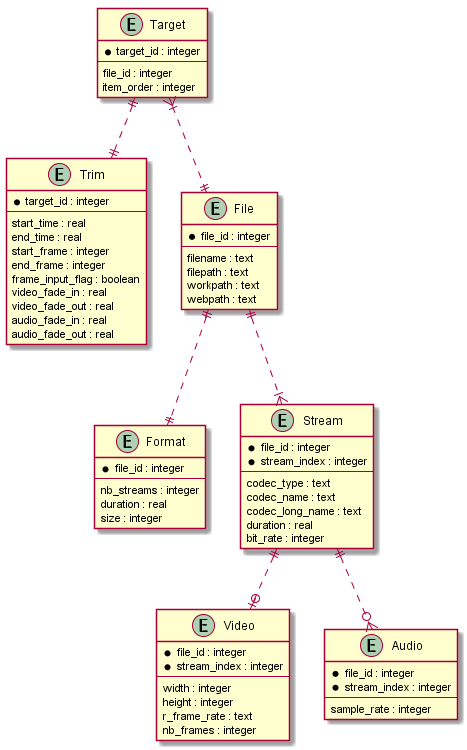
The PlantUML diagram doc/ER図_ffc_db.png in hirorich/FFCaller, before a commit. Its diagram source:
```plantuml
@startuml .\ER図_ffc_db.png

entity "Target" as target {
  *target_id : integer
  --
  file_id : integer
  item_order : integer
}

entity "Trim" as trim {
  *target_id : integer
  --
  start_time : real
  end_time : real
  start_frame : integer
  end_frame : integer
  frame_input_flag : boolean
  video_fade_in : real
  video_fade_out : real
  audio_fade_in : real
  audio_fade_out : real
}

entity "File" as file {
  *file_id : integer
  --
  filename : text
  filepath : text
  workpath : text
  webpath : text
}

entity "Format" as format {
  *file_id : integer
  --
  nb_streams : integer
  duration : real
  size : integer
}

entity "Stream" as stream {
  *file_id : integer
  *stream_index : integer
  --
  codec_type : text
  codec_name : text
  codec_long_name : text
  duration : real
  bit_rate : integer
}

entity "Video" as video {
  *file_id : integer
  *stream_index : integer
  --
  width : integer
  height : integer
  r_frame_rate : text
  nb_frames : integer
}

entity "Audio" as audio {
  *file_id : integer
  *stream_index : integer
  --
  sample_rate : integer
}

target ||..|| trim
target }|..|| file
file ||..|| format
file ||..|{ stream
stream ||..o| video
stream ||..o{ audio

@enduml
```
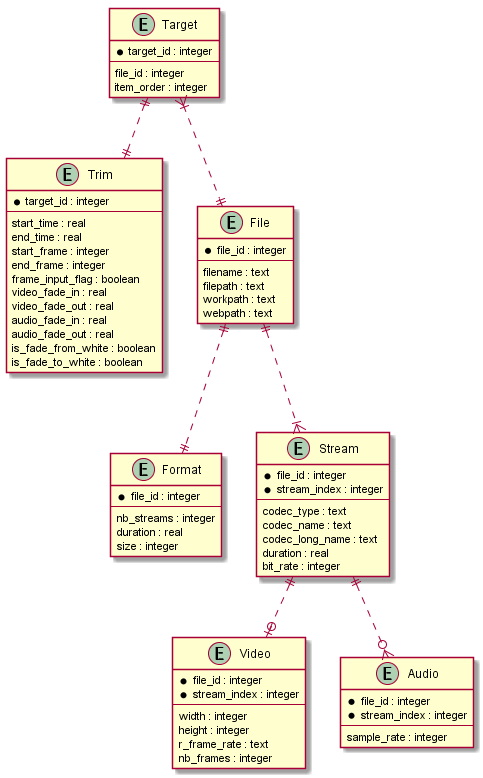
After the change.

Change to the diagram source:
```diff
@@ -19,6 +19,8 @@
   video_fade_out : real
   audio_fade_in : real
   audio_fade_out : real
+  is_fade_from_white : boolean
+  is_fade_to_white : boolean
 }
 
 entity "File" as file {
```
